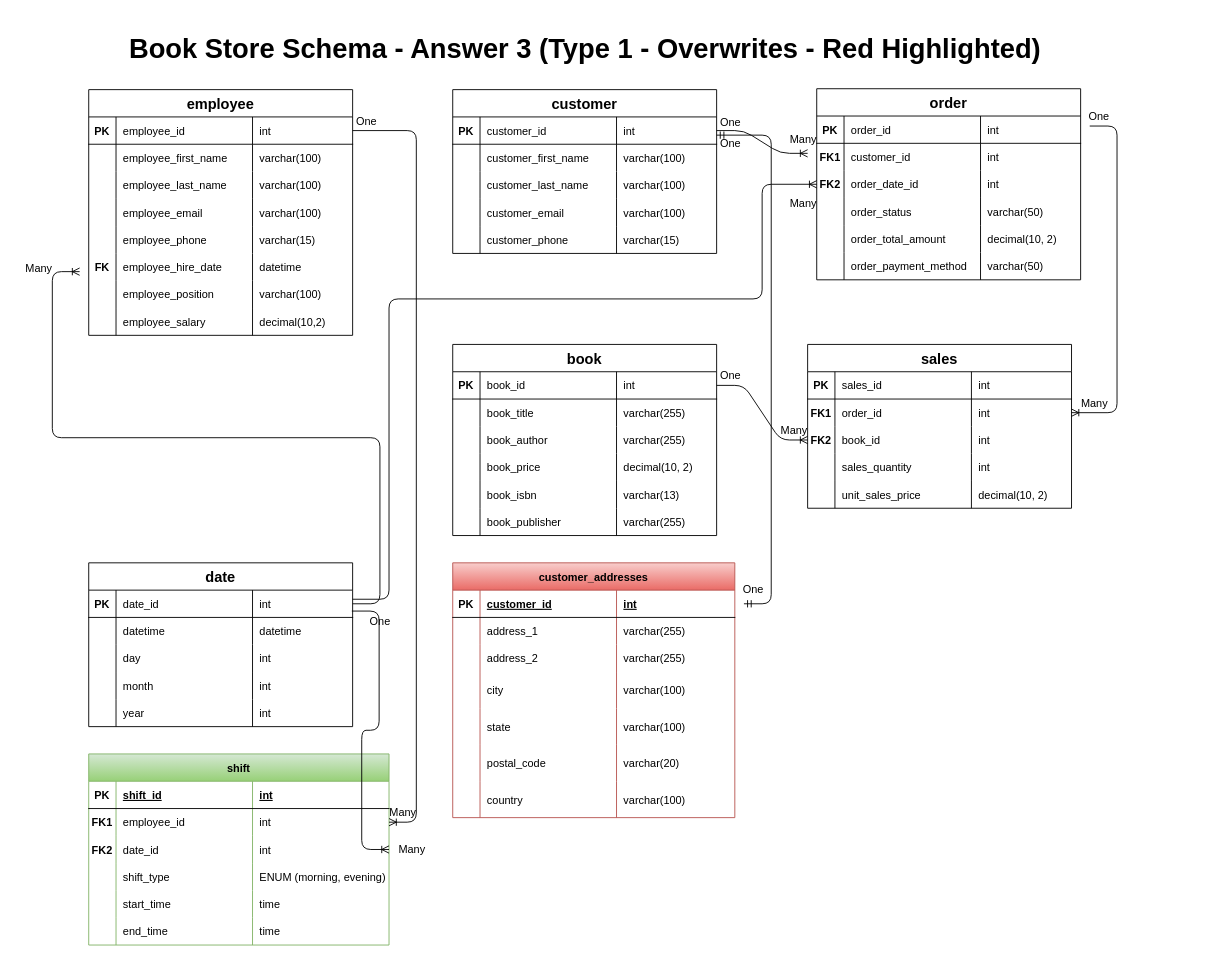
The draw.io diagram 02_activities/assignments/model-design.drawio in mehulptech/sql, before the edit. Source tidied: cells renumbered, new cells numbered last; positions are measured from the earlier drawing's top-left corner, leaving out a move shared by most shapes. Both pictures are drawn from the tidied source at 91%, with x=0, y=0 at pixel (15, 35).
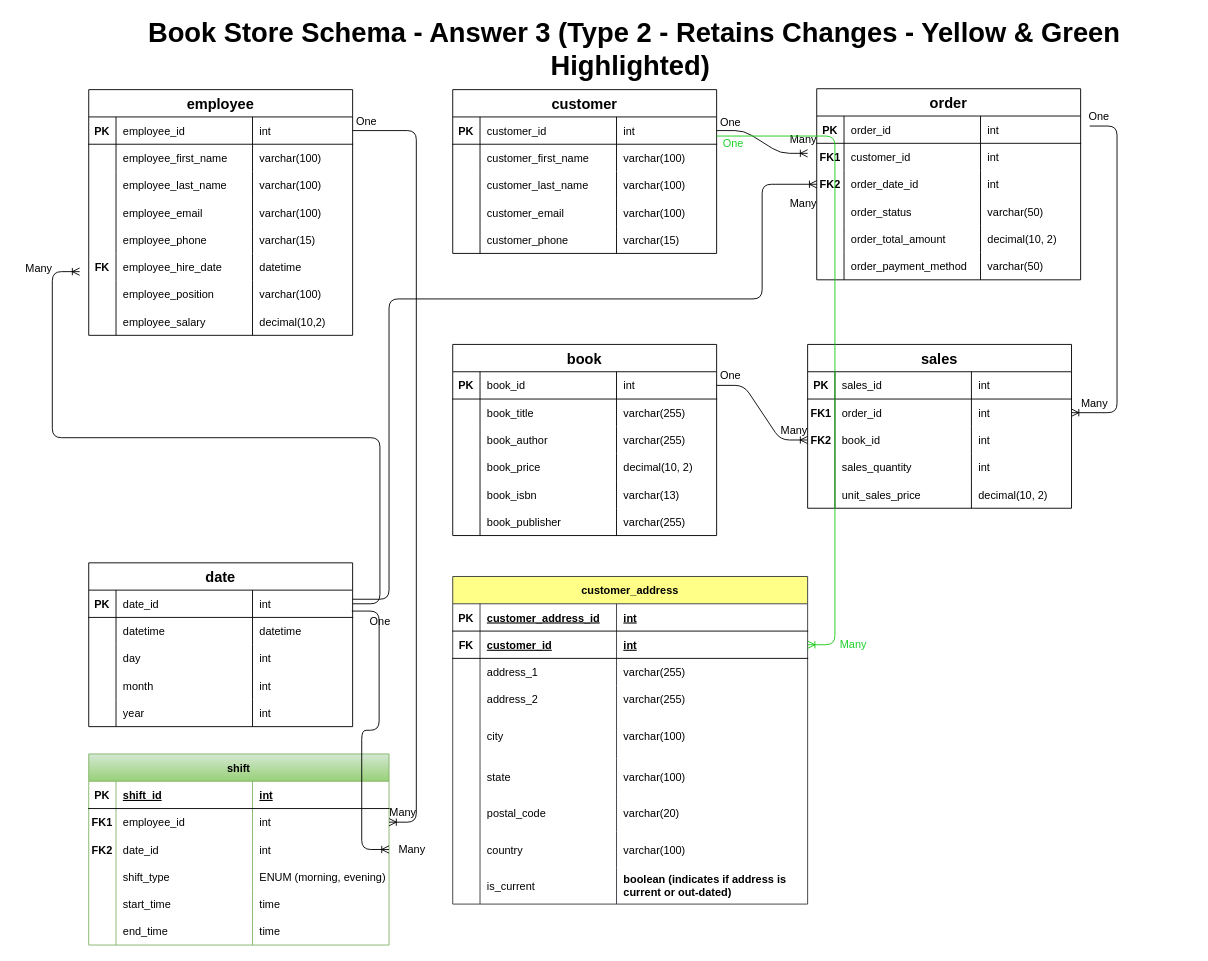
The same diagram, later.

Commit message (it also covers changes not shown here):
Submitting SQL >> Assignment >> Answer 3 >> Type 2

The change refers to these unchanged cells:
```xml
<mxCell id="152" value="&lt;font style=&quot;font-size: 12px;&quot;&gt;One&lt;/font&gt;" style="text;html=1;align=center;verticalAlign=middle;points=[];strokeColor=none;fillColor=none;fontSize=16;" parent="3" vertex="1">
  <mxGeometry x="760" y="80" width="50" height="30" as="geometry" />
</mxCell>
```

Change to the diagram source:
```diff
@@
-    <mxCell id="2" value="&lt;font style=&quot;font-size: 30px;&quot;&gt;&lt;b&gt;&amp;nbsp;Book Store Schema - Answer 3 (Type 1 - Overwrites - Red Highlighted)&lt;/b&gt;&lt;/font&gt;" style="text;html=1;strokeColor=none;fillColor=none;align=center;verticalAlign=middle;whiteSpace=wrap;rounded=0;" parent="1" vertex="1">
-      <mxGeometry x="73" width="1097" height="30" as="geometry" />
+    <mxCell id="2" value="&lt;font style=&quot;font-size: 30px;&quot;&gt;&lt;b&gt;&amp;nbsp;Book Store Schema - Answer 3 (Type 2 - Retains Changes - Yellow &amp;amp; Green Highlighted)&lt;/b&gt;&lt;/font&gt;" style="text;html=1;strokeColor=none;fillColor=none;align=center;verticalAlign=middle;whiteSpace=wrap;rounded=0;" parent="1" vertex="1">
+      <mxGeometry x="56.5" width="1237" height="30" as="geometry" />
     </mxCell>
@@
-    <mxCell id="194" value="customer_addresses" style="shape=table;startSize=30;childLayout=tableLayout;rowLines=0;fontStyle=1;align=center;strokeColor=#b85450;fontSize=12;fillColor=#f8cecc;gradientColor=#ea6b66;" parent="3" vertex="1">
-      <mxGeometry x="480" y="580" width="310" height="280" as="geometry" />
+    <mxCell id="194" value="customer_address" style="shape=table;startSize=30;childLayout=tableLayout;rowLines=0;fontStyle=1;align=center;strokeColor=#36393d;fontSize=12;fillColor=#ffff88;" parent="3" vertex="1">
+      <mxGeometry x="480" y="595" width="390" height="360" as="geometry" />
     </mxCell>
     <mxCell id="195" style="shape=tableRow;horizontal=0;startSize=0;swimlaneHead=0;swimlaneBody=0;fillColor=none;top=0;left=0;right=0;bottom=1;strokeColor=#000000;fontSize=12;" parent="194" vertex="1">
-      <mxGeometry y="30" width="310" height="30" as="geometry" />
+      <mxGeometry y="30" width="390" height="30" as="geometry" />
     </mxCell>
@@
-    <mxCell id="197" value="customer_id" style="shape=partialRectangle;fillColor=none;top=0;left=0;bottom=0;right=0;align=left;spacingLeft=6;fontStyle=5;overflow=hidden;strokeColor=#000000;fontSize=12;" parent="195" vertex="1">
+    <mxCell id="197" value="customer_address_id" style="shape=partialRectangle;fillColor=none;top=0;left=0;bottom=0;right=0;align=left;spacingLeft=6;fontStyle=5;overflow=hidden;strokeColor=#000000;fontSize=12;" parent="195" vertex="1">
       <mxGeometry x="30" width="150" height="30" as="geometry" />
     </mxCell>
     <mxCell id="198" value="int" style="shape=partialRectangle;fillColor=none;top=0;left=0;bottom=0;right=0;align=left;spacingLeft=6;fontStyle=5;overflow=hidden;strokeColor=#000000;fontSize=12;" parent="195" vertex="1">
-      <mxGeometry x="180" width="130" height="30" as="geometry" />
+      <mxGeometry x="180" width="210" height="30" as="geometry" />
     </mxCell>
+    <mxCell id="226" style="shape=tableRow;horizontal=0;startSize=0;swimlaneHead=0;swimlaneBody=0;fillColor=none;points=[[0,0.5],[1,0.5]];portConstraint=eastwest;top=0;left=0;right=0;bottom=1;strokeColor=#000000;fontSize=12;" parent="194" vertex="1">
+      <mxGeometry y="60" width="390" height="30" as="geometry" />
+    </mxCell>
+    <mxCell id="227" value="FK" style="shape=partialRectangle;fillColor=none;top=0;left=0;bottom=0;right=0;fontStyle=1;overflow=hidden;strokeColor=#000000;fontSize=12;" parent="226" vertex="1">
+      <mxGeometry width="30" height="30" as="geometry" />
+    </mxCell>
+    <mxCell id="228" value="customer_id" style="shape=partialRectangle;fillColor=none;top=0;left=0;bottom=0;right=0;align=left;spacingLeft=6;fontStyle=5;overflow=hidden;strokeColor=#000000;fontSize=12;" parent="226" vertex="1">
+      <mxGeometry x="30" width="150" height="30" as="geometry" />
+    </mxCell>
+    <mxCell id="229" value="int" style="shape=partialRectangle;fillColor=none;top=0;left=0;bottom=0;right=0;align=left;spacingLeft=6;fontStyle=5;overflow=hidden;strokeColor=#000000;fontSize=12;" parent="226" vertex="1">
+      <mxGeometry x="180" width="210" height="30" as="geometry" />
+    </mxCell>
     <mxCell id="199" style="shape=tableRow;horizontal=0;startSize=0;swimlaneHead=0;swimlaneBody=0;fillColor=none;top=0;left=0;right=0;bottom=0;strokeColor=#000000;fontSize=12;" parent="194" vertex="1">
-      <mxGeometry y="60" width="310" height="30" as="geometry" />
+      <mxGeometry y="90" width="390" height="30" as="geometry" />
     </mxCell>
@@
     <mxCell id="202" value="varchar(255)" style="shape=partialRectangle;fillColor=none;top=0;left=0;bottom=0;right=0;align=left;spacingLeft=6;overflow=hidden;strokeColor=#000000;fontSize=12;" parent="199" vertex="1">
-      <mxGeometry x="180" width="130" height="30" as="geometry" />
+      <mxGeometry x="180" width="210" height="30" as="geometry" />
     </mxCell>
     <mxCell id="203" style="shape=tableRow;horizontal=0;startSize=0;swimlaneHead=0;swimlaneBody=0;fillColor=none;top=0;left=0;right=0;bottom=0;strokeColor=#000000;fontSize=12;" parent="194" vertex="1">
-      <mxGeometry y="90" width="310" height="30" as="geometry" />
+      <mxGeometry y="120" width="390" height="30" as="geometry" />
     </mxCell>
@@
     <mxCell id="206" value="varchar(255)" style="shape=partialRectangle;fillColor=none;top=0;left=0;bottom=0;right=0;align=left;spacingLeft=6;overflow=hidden;strokeColor=#000000;fontSize=12;" parent="203" vertex="1">
-      <mxGeometry x="180" width="130" height="30" as="geometry" />
+      <mxGeometry x="180" width="210" height="30" as="geometry" />
     </mxCell>
     <mxCell id="207" style="shape=tableRow;horizontal=0;startSize=0;swimlaneHead=0;swimlaneBody=0;fillColor=none;top=0;left=0;right=0;bottom=0;strokeColor=#000000;fontSize=12;" parent="194" vertex="1">
-      <mxGeometry y="120" width="310" height="40" as="geometry" />
+      <mxGeometry y="150" width="390" height="50" as="geometry" />
     </mxCell>
     <mxCell id="208" style="shape=partialRectangle;fillColor=none;top=0;left=0;bottom=0;right=0;overflow=hidden;strokeColor=#000000;fontSize=12;" parent="207" vertex="1">
-      <mxGeometry width="30" height="40" as="geometry" />
+      <mxGeometry width="30" height="50" as="geometry" />
     </mxCell>
     <mxCell id="209" value="city" style="shape=partialRectangle;fillColor=none;top=0;left=0;bottom=0;right=0;align=left;spacingLeft=6;overflow=hidden;strokeColor=#000000;fontSize=12;" parent="207" vertex="1">
-      <mxGeometry x="30" width="150" height="40" as="geometry" />
+      <mxGeometry x="30" width="150" height="50" as="geometry" />
     </mxCell>
     <mxCell id="210" value="varchar(100)" style="shape=partialRectangle;fillColor=none;top=0;left=0;bottom=0;right=0;align=left;spacingLeft=6;overflow=hidden;strokeColor=#000000;fontSize=12;" parent="207" vertex="1">
-      <mxGeometry x="180" width="130" height="40" as="geometry" />
+      <mxGeometry x="180" width="210" height="50" as="geometry" />
     </mxCell>
     <mxCell id="211" style="shape=tableRow;horizontal=0;startSize=0;swimlaneHead=0;swimlaneBody=0;fillColor=none;top=0;left=0;right=0;bottom=0;strokeColor=#000000;fontSize=12;" parent="194" vertex="1">
-      <mxGeometry y="160" width="310" height="40" as="geometry" />
+      <mxGeometry y="200" width="390" height="40" as="geometry" />
     </mxCell>
@@
     <mxCell id="214" value="varchar(100)" style="shape=partialRectangle;fillColor=none;top=0;left=0;bottom=0;right=0;align=left;spacingLeft=6;overflow=hidden;strokeColor=#000000;fontSize=12;" parent="211" vertex="1">
-      <mxGeometry x="180" width="130" height="40" as="geometry" />
+      <mxGeometry x="180" width="210" height="40" as="geometry" />
     </mxCell>
     <mxCell id="215" style="shape=tableRow;horizontal=0;startSize=0;swimlaneHead=0;swimlaneBody=0;fillColor=none;top=0;left=0;right=0;bottom=0;strokeColor=#000000;fontSize=12;" parent="194" vertex="1">
-      <mxGeometry y="200" width="310" height="40" as="geometry" />
+      <mxGeometry y="240" width="390" height="40" as="geometry" />
     </mxCell>
@@
     <mxCell id="218" value="varchar(20)" style="shape=partialRectangle;fillColor=none;top=0;left=0;bottom=0;right=0;align=left;spacingLeft=6;overflow=hidden;strokeColor=#000000;fontSize=12;" parent="215" vertex="1">
-      <mxGeometry x="180" width="130" height="40" as="geometry" />
+      <mxGeometry x="180" width="210" height="40" as="geometry" />
     </mxCell>
     <mxCell id="219" style="shape=tableRow;horizontal=0;startSize=0;swimlaneHead=0;swimlaneBody=0;fillColor=none;top=0;left=0;right=0;bottom=0;strokeColor=#000000;fontSize=12;" parent="194" vertex="1">
-      <mxGeometry y="240" width="310" height="40" as="geometry" />
+      <mxGeometry y="280" width="390" height="40" as="geometry" />
     </mxCell>
@@
     <mxCell id="222" value="varchar(100)" style="shape=partialRectangle;fillColor=none;top=0;left=0;bottom=0;right=0;align=left;spacingLeft=6;overflow=hidden;strokeColor=#000000;fontSize=12;" parent="219" vertex="1">
-      <mxGeometry x="180" width="130" height="40" as="geometry" />
+      <mxGeometry x="180" width="210" height="40" as="geometry" />
     </mxCell>
-    <mxCell id="223" style="edgeStyle=entityRelationEdgeStyle;fontSize=12;html=1;endArrow=ERmandOne;startArrow=ERmandOne;rounded=1;entryX=0.2;entryY=1;entryDx=0;entryDy=0;entryPerimeter=0;" parent="3" edge="1" target="152">
-      <mxGeometry relative="1" as="geometry">
-        <mxPoint x="800" y="625" as="sourcePoint" />
-      </mxGeometry>
-    </mxCell>
-    <mxCell id="224" value="One" style="text;html=1;align=center;verticalAlign=middle;strokeColor=none;fillColor=none;fontSize=12;" parent="3" vertex="1">
-      <mxGeometry x="785" y="595" width="50" height="30" as="geometry" />
-    </mxCell>
-    <mxCell id="225" value="One&lt;br&gt;" style="text;html=1;align=center;verticalAlign=middle;strokeColor=none;fillColor=none;fontSize=12;" parent="3" vertex="1">
-      <mxGeometry x="760" y="105" width="50" height="30" as="geometry" />
-    </mxCell>
+    <mxCell id="230" style="shape=tableRow;horizontal=0;startSize=0;swimlaneHead=0;swimlaneBody=0;fillColor=none;top=0;left=0;right=0;bottom=0;strokeColor=#000000;fontSize=12;" parent="194" vertex="1">
+      <mxGeometry y="320" width="390" height="40" as="geometry" />
+    </mxCell>
+    <mxCell id="231" style="shape=partialRectangle;fillColor=none;top=0;left=0;bottom=0;right=0;overflow=hidden;strokeColor=#000000;fontSize=12;" parent="230" vertex="1">
+      <mxGeometry width="30" height="40" as="geometry" />
+    </mxCell>
+    <mxCell id="232" value="is_current" style="shape=partialRectangle;fillColor=none;top=0;left=0;bottom=0;right=0;align=left;spacingLeft=6;overflow=hidden;strokeColor=#000000;fontSize=12;" parent="230" vertex="1">
+      <mxGeometry x="30" width="150" height="40" as="geometry" />
+    </mxCell>
+    <mxCell id="233" value="boolean (indicates if address is current or out-dated)" style="shape=partialRectangle;fillColor=none;top=0;left=0;bottom=0;right=0;align=left;spacingLeft=6;overflow=hidden;strokeColor=#000000;fontSize=12;fontStyle=1;whiteSpace=wrap;" parent="230" vertex="1">
+      <mxGeometry x="180" width="210" height="40" as="geometry" />
+    </mxCell>
+    <mxCell id="234" style="edgeStyle=entityRelationEdgeStyle;fontSize=12;html=1;endArrow=ERoneToMany;rounded=1;exitX=0.14;exitY=0.2;exitDx=0;exitDy=0;exitPerimeter=0;strokeColor=#19ca16;" parent="3" edge="1" source="235" target="226">
+      <mxGeometry relative="1" as="geometry" />
+    </mxCell>
+    <mxCell id="235" value="&lt;font color=&quot;#1cd428&quot;&gt;One&lt;/font&gt;" style="text;html=1;align=center;verticalAlign=middle;points=[];strokeColor=none;fillColor=none;fontSize=12;" parent="3" vertex="1">
+      <mxGeometry x="763" y="105" width="50" height="30" as="geometry" />
+    </mxCell>
+    <mxCell id="236" value="&lt;font color=&quot;#1bd027&quot;&gt;Many&lt;/font&gt;" style="text;html=1;align=center;verticalAlign=middle;strokeColor=none;fillColor=none;fontSize=12;" parent="3" vertex="1">
+      <mxGeometry x="895" y="655" width="50" height="30" as="geometry" />
+    </mxCell>
```
